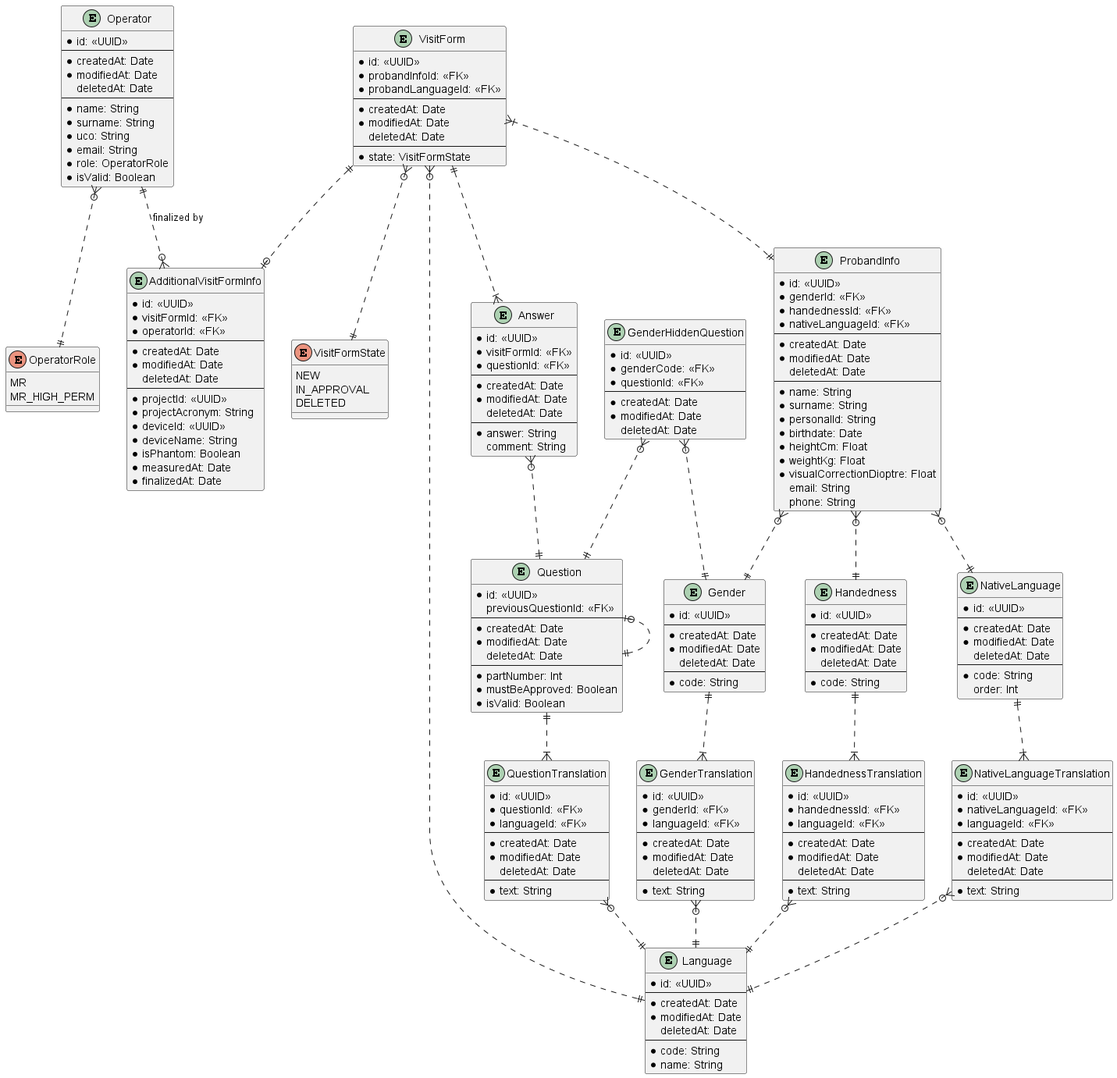
This is docs/ERD.png from lukas-kratochvil/mafil-proband-safety-questionnaire, a PlantUML export, as it was before one commit.
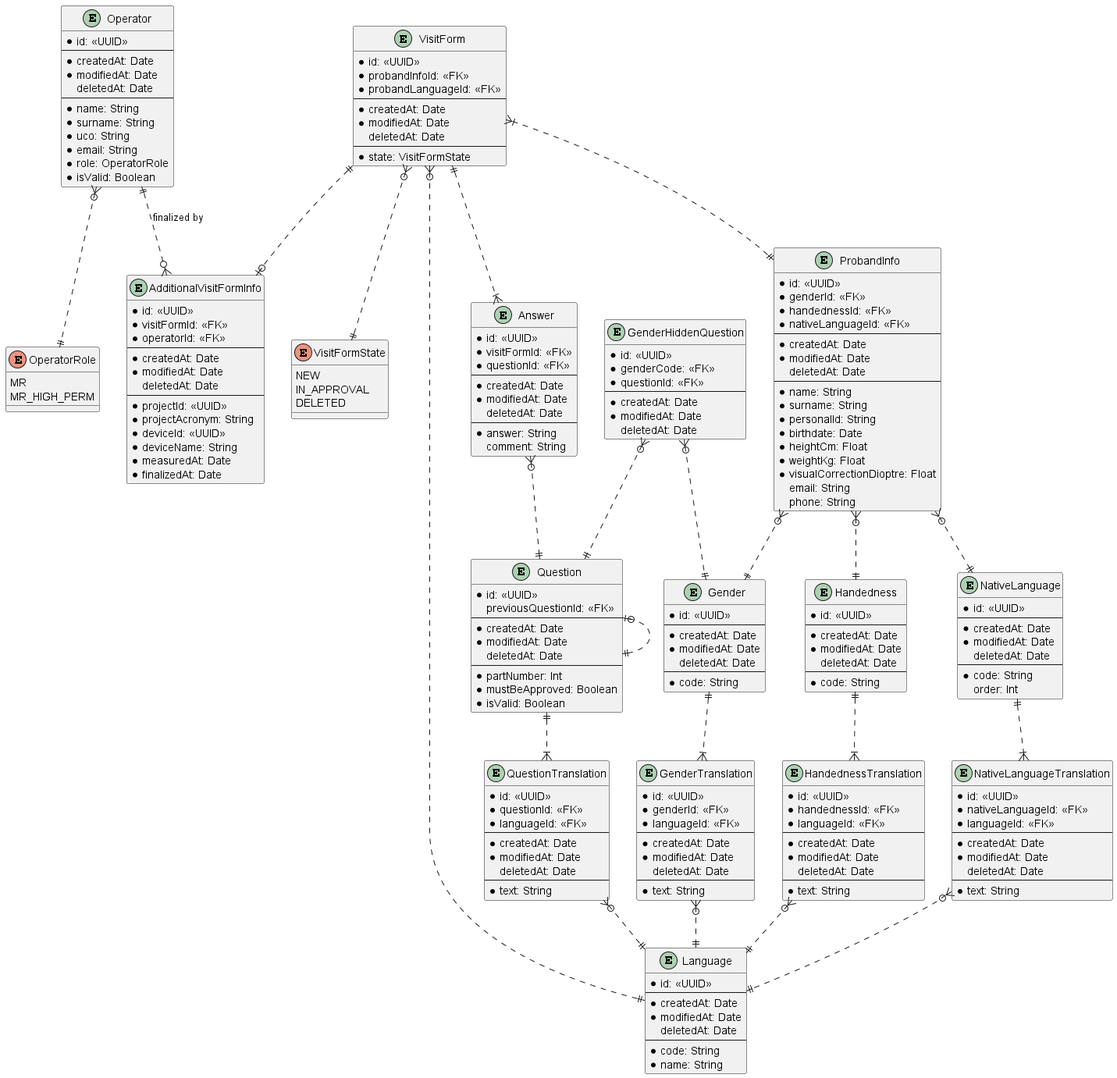
The same file after the commit.

Commit message:
fix: Prisma schema - removed isPhantom from the AdditionalVisitFormInfo entity

Change to the diagram source:
```diff
@@ -51,7 +51,6 @@
   * projectAcronym: String
   * deviceId: <<UUID>>
   * deviceName: String
-  * isPhantom: Boolean
   * measuredAt: Date
   * finalizedAt: Date
 }
```
